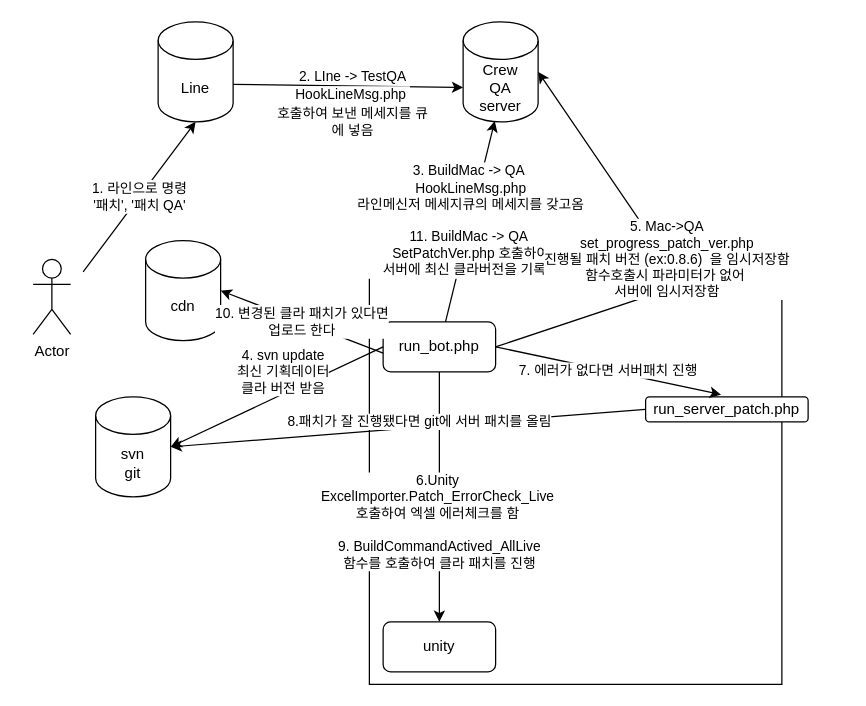
Before: 제목 없는 다이어그램.drawio in seevarlog/test_taisai, a draw.io diagram. Source tidied: cells renumbered, new cells numbered last; positions are measured from the earlier drawing's top-left corner, leaving out a move shared by most shapes. Both pictures are drawn from the tidied source at 125%, with x=0, y=0 at pixel (32, 21).
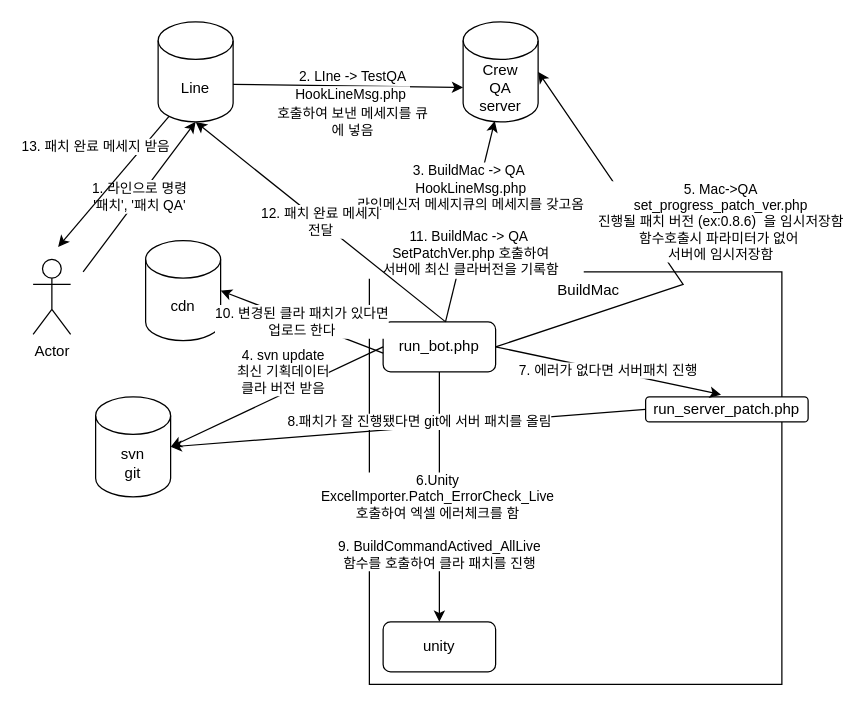
The same diagram, later.

Commit message:
제목 없는 다이어그램.drawio 업데이트

Unchanged cells that the change refers to:
```xml
<mxCell id="4" value="Line" style="shape=cylinder3;whiteSpace=wrap;html=1;boundedLbl=1;backgroundOutline=1;size=15;" parent="1" vertex="1">
  <mxGeometry x="100" width="60" height="80" as="geometry" />
</mxCell>
<mxCell id="5" value="Crew&lt;br&gt;QA&lt;br&gt;server" style="shape=cylinder3;whiteSpace=wrap;html=1;boundedLbl=1;backgroundOutline=1;size=15;" parent="1" vertex="1">
  <mxGeometry x="344" width="60" height="80" as="geometry" />
</mxCell>
```

Diff of the diagram source:
```diff
@@
     <mxCell id="13" value="5. Mac-&amp;gt;QA&lt;br&gt;set_progress_patch_ver.php&lt;br&gt;진행될 패치 버전 (ex:0.8.6)&amp;nbsp; 을 임시저장함&lt;br&gt;함수호출시 파라미터가 없어&amp;nbsp;&lt;br&gt;서버에 임시저장함" style="endArrow=classic;html=1;rounded=0;entryX=1;entryY=0.5;entryDx=0;entryDy=0;entryPerimeter=0;" parent="1" edge="1" target="5">
-      <mxGeometry relative="1" as="geometry">
+      <mxGeometry y="-53" relative="1" as="geometry">
         <mxPoint x="370" y="260" as="sourcePoint" />
         <Array as="points">
           <mxPoint x="520" y="210" />
         </Array>
       </mxGeometry>
     </mxCell>
@@
+    <mxCell id="22" value="12. 패치 완료 메세지&lt;br&gt;전달" style="endArrow=classic;html=1;rounded=0;" parent="1" edge="1">
+      <mxGeometry relative="1" as="geometry">
+        <mxPoint x="330" y="240" as="sourcePoint" />
+        <mxPoint x="130" y="80" as="targetPoint" />
+      </mxGeometry>
+    </mxCell>
+    <mxCell id="23" value="13. 패치 완료 메세지 받음" style="endArrow=classic;html=1;rounded=0;exitX=0.145;exitY=1;exitDx=0;exitDy=-4.35;exitPerimeter=0;" parent="1" edge="1" source="4">
+      <mxGeometry x="-0.17" y="-29" relative="1" as="geometry">
+        <mxPoint x="20" y="180" as="targetPoint" />
+      </mxGeometry>
+    </mxCell>
```
